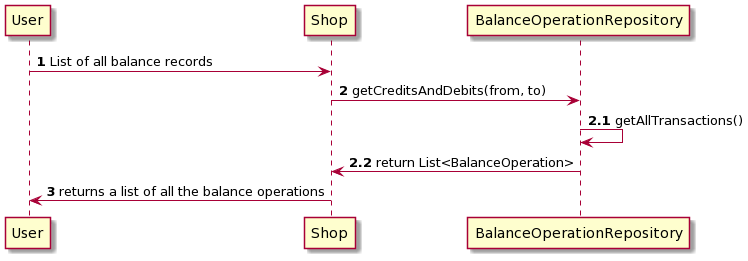
Before: Deliverables/Images/design/9.1.png, a diagram exported from PlantUML (setareA/ezshop).
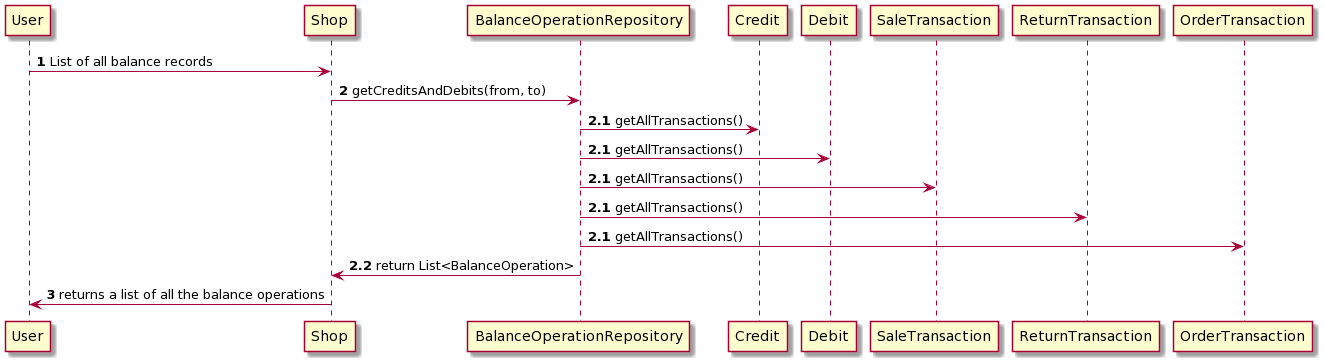
The same file after the commit.

Commit message:
design: bug fixed

What changed in the source:
```diff
@@ -1,7 +1,11 @@
 @startuml
 User-> Shop: <b>1</b> List of all balance records
 Shop -> BalanceOperationRepository : <b>2</b> getCreditsAndDebits(from, to)
-BalanceOperationRepository -> BalanceOperationRepository : <b>2.1</b> getAllTransactions()
+BalanceOperationRepository -> Credit: <b>2.1</b> getAllTransactions()
+BalanceOperationRepository -> Debit: <b>2.1</b> getAllTransactions()
+BalanceOperationRepository -> SaleTransaction: <b>2.1</b> getAllTransactions()
+BalanceOperationRepository -> ReturnTransaction: <b>2.1</b> getAllTransactions()
+BalanceOperationRepository -> OrderTransaction: <b>2.1</b> getAllTransactions()
 BalanceOperationRepository -> Shop : <b>2.2</b> return List<BalanceOperation>
 Shop -> User: <b>3</b> returns a list of all the balance operations
 @enduml
```
